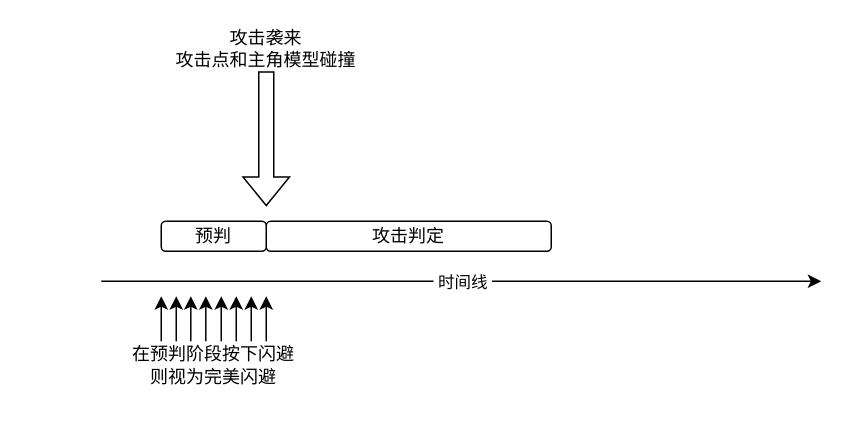
pearhield/test keeps this draw.io diagram as 攻击时间线.drawio. Above is the earlier version. Source tidied: cells renumbered, new cells numbered last; positions are measured from the earlier drawing's top-left corner, leaving out a move shared by most shapes. Both pictures are drawn from the tidied source at 150%, with x=0, y=0 at pixel (78, 26).
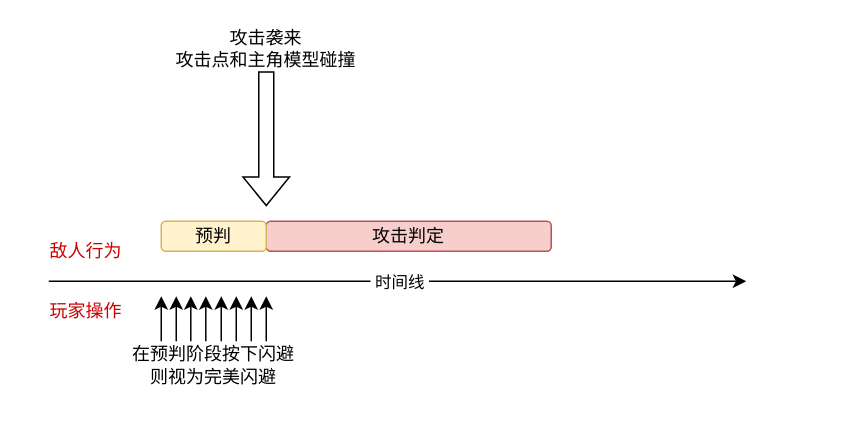
The same page after the edit.

Commit message:
更新攻击时间线.drawio

The edit, as a diff of the source:
```diff
@@
     <mxCell id="2" style="endArrow=classic;html=1;rounded=0;" parent="1" edge="1">
       <mxGeometry relative="1" as="geometry">
-        <mxPoint x="15" y="170" as="sourcePoint" />
-        <mxPoint x="495" y="170" as="targetPoint" />
+        <mxPoint x="-20" y="170" as="sourcePoint" />
+        <mxPoint x="445" y="170" as="targetPoint" />
       </mxGeometry>
     </mxCell>
@@
-    <mxCell id="4" value="攻击判定" style="rounded=1;whiteSpace=wrap;html=1;" parent="1" vertex="1">
+    <mxCell id="4" value="攻击判定" style="rounded=1;whiteSpace=wrap;html=1;fillColor=#f8cecc;strokeColor=#b85450;" parent="1" vertex="1">
       <mxGeometry x="125" y="130" width="190" height="20" as="geometry" />
     </mxCell>
-    <mxCell id="5" value="预判" style="rounded=1;whiteSpace=wrap;html=1;" parent="1" vertex="1">
+    <mxCell id="5" value="预判" style="rounded=1;whiteSpace=wrap;html=1;fillColor=#fff2cc;strokeColor=#d6b656;" parent="1" vertex="1">
       <mxGeometry x="55" y="130" width="70" height="20" as="geometry" />
     </mxCell>
@@
+    <mxCell id="17" value="敌人行为" style="text;html=1;strokeColor=none;fillColor=none;align=center;verticalAlign=middle;whiteSpace=wrap;rounded=0;fontColor=#CC0000;" parent="1" vertex="1">
+      <mxGeometry x="-35" y="140" width="80" height="20" as="geometry" />
+    </mxCell>
+    <mxCell id="18" value="玩家操作" style="text;html=1;strokeColor=none;fillColor=none;align=center;verticalAlign=middle;whiteSpace=wrap;rounded=0;fontColor=#CC0000;" parent="1" vertex="1">
+      <mxGeometry x="-35" y="180" width="80" height="20" as="geometry" />
+    </mxCell>
```
